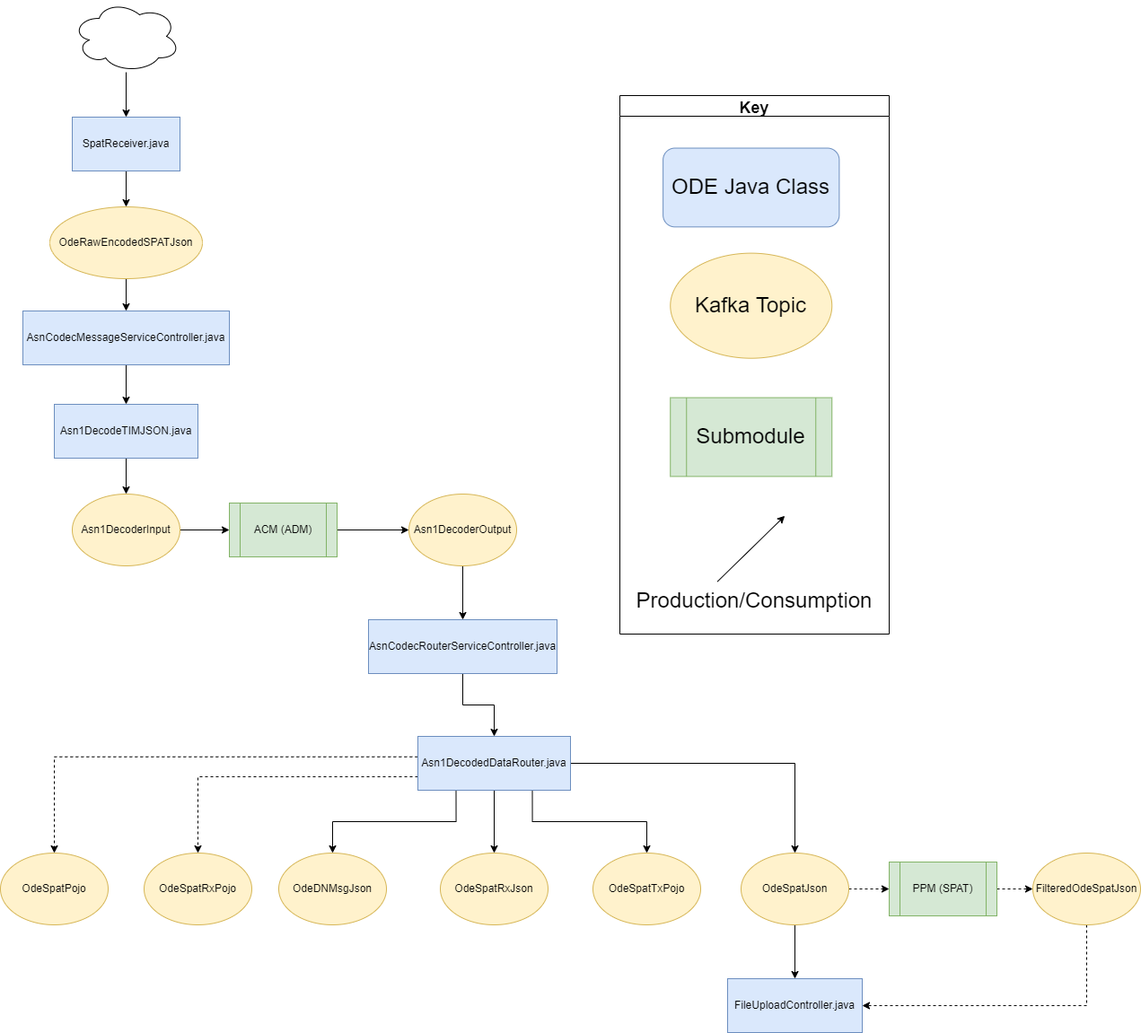
The draw.io diagram docs/data-flow-diagrams/spat/SPAT Data Flow.drawio.png in usdot-jpo-ode/jpo-ode, before a commit. Source tidied: cells renumbered, new cells last; positions are measured from the earlier drawing's top-left corner, leaving out a move shared by most shapes.
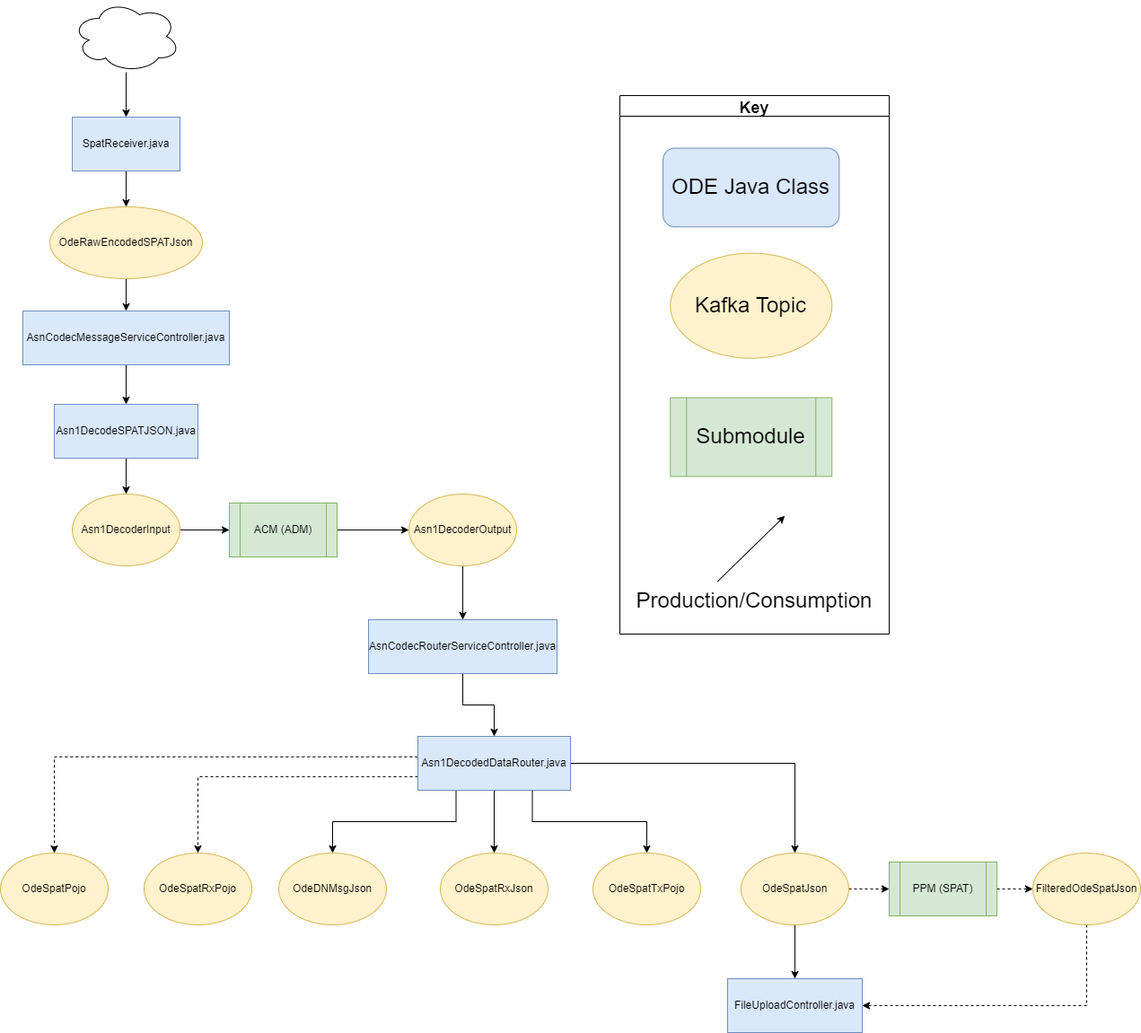
Above is the later version.

Commit message:
Altered the SPAT Data Flow diagram.

Diff of the diagram source:
```diff
@@ -62,7 +62,7 @@
     <mxCell id="21" style="edgeStyle=orthogonalEdgeStyle;rounded=0;jettySize=auto;html=1;entryX=0.5;entryY=0;entryDx=0;entryDy=0;" parent="1" edge="1" source="22" target="14">
       <mxGeometry relative="1" as="geometry" />
     </mxCell>
-    <mxCell id="22" value="Asn1DecodeTIMJSON.java" style="rounded=0;whiteSpace=wrap;html=1;fillColor=#dae8fc;strokeColor=#6c8ebf;" parent="1" vertex="1">
+    <mxCell id="22" value="Asn1DecodeSPATJSON.java" style="rounded=0;whiteSpace=wrap;html=1;fillColor=#dae8fc;strokeColor=#6c8ebf;" parent="1" vertex="1">
       <mxGeometry x="60" y="450" width="160" height="60" as="geometry" />
     </mxCell>
     <mxCell id="23" style="edgeStyle=orthogonalEdgeStyle;rounded=0;jettySize=auto;html=1;entryX=0.5;entryY=0;entryDx=0;entryDy=0;exitX=0.5;exitY=1;exitDx=0;exitDy=0;" parent="1" edge="1" source="24" target="8">
```
